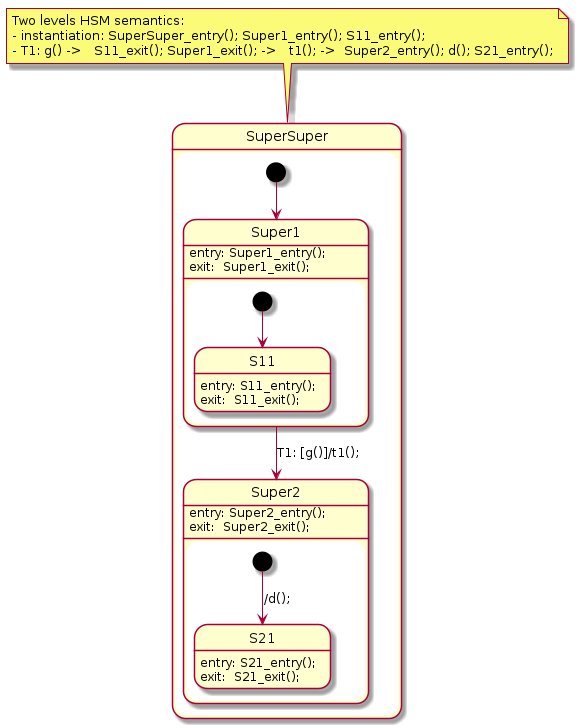
Before: plantuml/hsm/hsm2.png, a diagram exported from PlantUML (melintea/upml). Its source is kept beside it as plantuml/hsm/hsm2.plantuml. Its diagram source:
```plantuml
@startuml

note top of SuperSuper
  Two levels HSM semantics:
  - instantiation: SuperSuper_entry(); Super1_entry(); S11_entry();
  - T1: g() ->   S11_exit(); Super1_exit(); ->   t1(); ->  Super2_entry(); d(); S21_entry();
end note

state SuperSuper {

  state Super1 {
      [*] --> S11
      Super1: entry: Super1_entry();
      Super1: exit:  Super1_exit();

      S11: entry: S11_entry();
      S11: exit:  S11_exit();
  }

  state Super2 {
      [*] --> S21: /d();
      Super2: entry: Super2_entry();
      Super2: exit:  Super2_exit();

      S21: entry: S21_entry();
      S21: exit:  S21_exit();
  }

  [*] --> Super1

  Super1 --> Super2 : T1: [g()]/t1();

}

@enduml
```
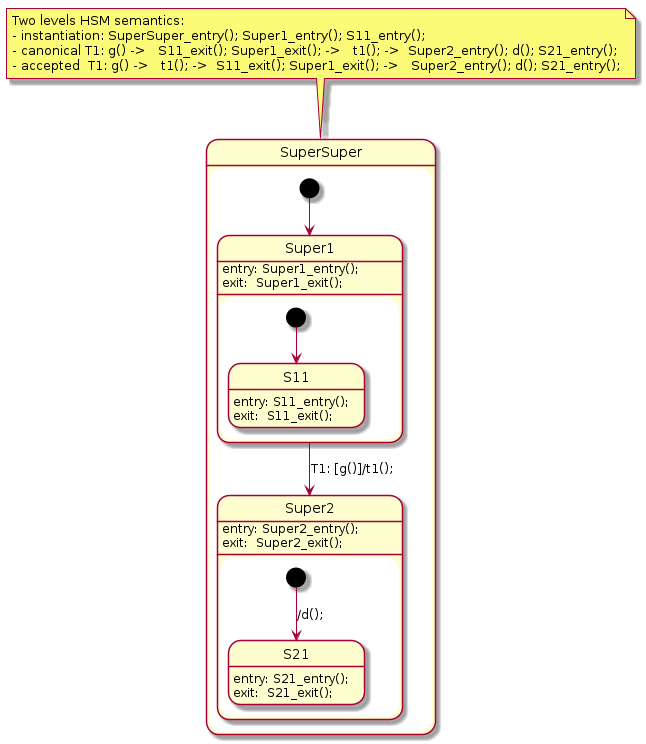
Later version of the same file.

Change to the diagram source:
```diff
@@ -3,7 +3,8 @@
 note top of SuperSuper
   Two levels HSM semantics:
   - instantiation: SuperSuper_entry(); Super1_entry(); S11_entry();
-  - T1: g() ->   S11_exit(); Super1_exit(); ->   t1(); ->  Super2_entry(); d(); S21_entry();
+  - canonical T1: g() ->   S11_exit(); Super1_exit(); ->   t1(); ->  Super2_entry(); d(); S21_entry();
+  - accepted  T1: g() ->   t1(); ->  S11_exit(); Super1_exit(); ->   Super2_entry(); d(); S21_entry();
 end note
 
 state SuperSuper {
```
